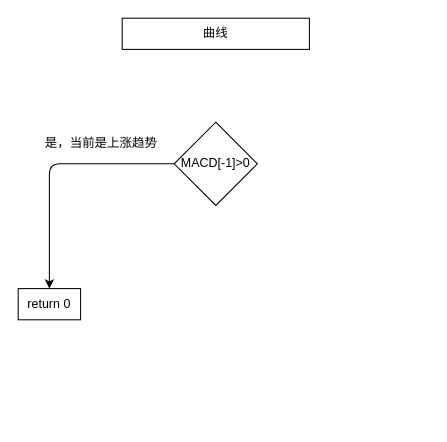
LuoHuifen/test_git keeps this draw.io diagram as Untitled Diagram.drawio. Above is the earlier version. Source tidied: cells renumbered, new cells numbered last; positions are measured from the earlier drawing's top-left corner, leaving out a move shared by most shapes. Both pictures are drawn from the tidied source at 104%, with x=0, y=0 at pixel (18, 18).
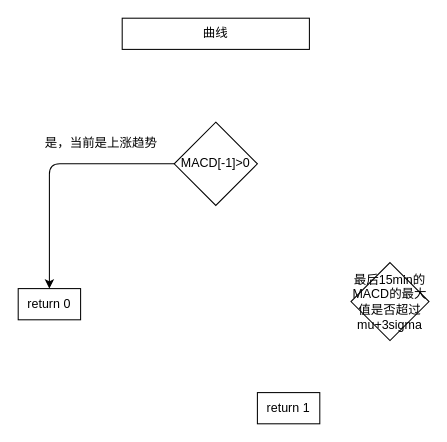
After the change.

Diff of the diagram source:
```diff
@@
 <mxGraphModel>
   <root>
     <mxCell id="0" />
     <mxCell id="1" parent="0" />
     <mxCell id="2" value="曲线" style="rounded=0;whiteSpace=wrap;html=1;" parent="1" vertex="1">
       <mxGeometry x="100" width="180" height="30" as="geometry" />
     </mxCell>
     <mxCell id="3" value="MACD[-1]&amp;gt;0" style="rhombus;whiteSpace=wrap;html=1;" parent="1" vertex="1">
       <mxGeometry x="150" y="100" width="80" height="80" as="geometry" />
     </mxCell>
     <mxCell id="4" value="return 0" style="rounded=0;whiteSpace=wrap;html=1;" parent="1" vertex="1">
       <mxGeometry y="260" width="60" height="30" as="geometry" />
     </mxCell>
     <mxCell id="5" style="endArrow=classic;html=1;exitX=0;exitY=0.5;exitDx=0;exitDy=0;entryX=0.5;entryY=0;entryDx=0;entryDy=0;" parent="1" edge="1" source="3" target="4">
       <mxGeometry relative="1" as="geometry">
         <Array as="points">
           <mxPoint x="30" y="140" />
         </Array>
       </mxGeometry>
     </mxCell>
     <mxCell id="6" value="是，当前是上涨趋势" style="text;html=1;strokeColor=none;fillColor=none;align=center;verticalAlign=middle;whiteSpace=wrap;rounded=0;" parent="1" vertex="1">
       <mxGeometry x="15" y="110" width="130" height="20" as="geometry" />
     </mxCell>
+    <mxCell id="7" value="最后15min的MACD的最大值是否超过mu+3sigma" style="rhombus;whiteSpace=wrap;html=1;" parent="1" vertex="1">
+      <mxGeometry x="320" y="235" width="75" height="75" as="geometry" />
+    </mxCell>
+    <mxCell id="8" value="return 1" style="rounded=0;whiteSpace=wrap;html=1;" parent="1" vertex="1">
+      <mxGeometry x="230" y="360" width="60" height="30" as="geometry" />
+    </mxCell>
   </root>
 </mxGraphModel>
```
